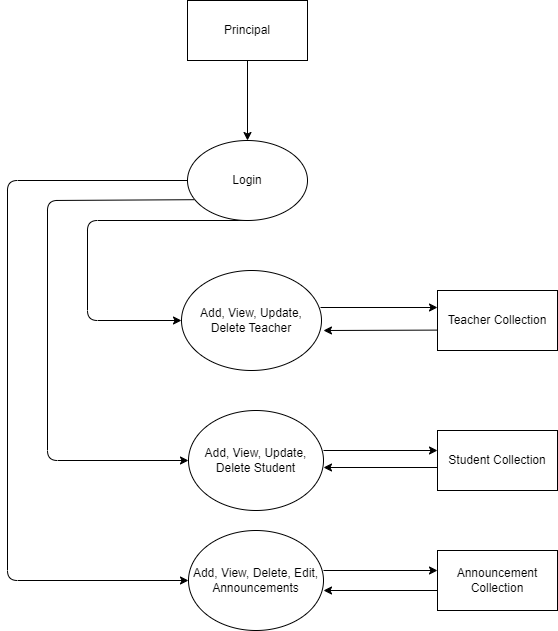
The draw.io diagram DFD/level 1.1.png in rashinkp/Student-Management-System, before a commit. Source tidied: cells renumbered, new cells last; positions are measured from the earlier drawing's top-left corner, leaving out a move shared by most shapes. Source of this version:
```xml
<mxGraphModel>
  <root>
    <mxCell id="0" />
    <mxCell id="1" parent="0" />
    <mxCell id="2" style="edgeStyle=none;html=1;entryX=0.5;entryY=0;entryDx=0;entryDy=0;" parent="1" edge="1" source="3" target="7">
      <mxGeometry relative="1" as="geometry" />
    </mxCell>
    <mxCell id="3" value="Principal" style="rounded=0;whiteSpace=wrap;html=1;" parent="1" vertex="1">
      <mxGeometry x="180" width="120" height="60" as="geometry" />
    </mxCell>
    <mxCell id="4" style="edgeStyle=none;html=1;entryX=0;entryY=0.5;entryDx=0;entryDy=0;exitX=0.5;exitY=1;exitDx=0;exitDy=0;" parent="1" edge="1" source="7" target="9">
      <mxGeometry relative="1" as="geometry">
        <Array as="points">
          <mxPoint x="80" y="220" />
          <mxPoint x="80" y="320" />
        </Array>
      </mxGeometry>
    </mxCell>
    <mxCell id="5" style="edgeStyle=none;html=1;entryX=0;entryY=0.5;entryDx=0;entryDy=0;exitX=0.055;exitY=0.74;exitDx=0;exitDy=0;exitPerimeter=0;" parent="1" edge="1" source="7" target="13">
      <mxGeometry relative="1" as="geometry">
        <Array as="points">
          <mxPoint x="40" y="200" />
          <mxPoint x="40" y="460" />
        </Array>
      </mxGeometry>
    </mxCell>
    <mxCell id="6" style="edgeStyle=none;html=1;entryX=0;entryY=0.5;entryDx=0;entryDy=0;" parent="1" edge="1" source="7" target="17">
      <mxGeometry relative="1" as="geometry">
        <Array as="points">
          <mxPoint y="180" />
          <mxPoint y="580" />
        </Array>
      </mxGeometry>
    </mxCell>
    <mxCell id="7" value="Login" style="ellipse;whiteSpace=wrap;html=1;" parent="1" vertex="1">
      <mxGeometry x="180" y="140" width="120" height="80" as="geometry" />
    </mxCell>
    <mxCell id="8" style="edgeStyle=none;html=1;exitX=0.993;exitY=0.37;exitDx=0;exitDy=0;exitPerimeter=0;" parent="1" edge="1" source="9">
      <mxGeometry relative="1" as="geometry">
        <mxPoint x="430" y="307" as="targetPoint" />
      </mxGeometry>
    </mxCell>
    <mxCell id="9" value="Add, View, Update, Delete Teacher" style="ellipse;whiteSpace=wrap;html=1;" parent="1" vertex="1">
      <mxGeometry x="174" y="270" width="140" height="100" as="geometry" />
    </mxCell>
    <mxCell id="10" style="edgeStyle=none;html=1;entryX=1.014;entryY=0.6;entryDx=0;entryDy=0;exitX=-0.002;exitY=0.66;exitDx=0;exitDy=0;exitPerimeter=0;entryPerimeter=0;" parent="1" edge="1" source="11" target="9">
      <mxGeometry relative="1" as="geometry" />
    </mxCell>
    <mxCell id="11" value="Teacher Collection" style="rounded=0;whiteSpace=wrap;html=1;" parent="1" vertex="1">
      <mxGeometry x="430" y="290" width="120" height="60" as="geometry" />
    </mxCell>
    <mxCell id="12" style="edgeStyle=none;html=1;entryX=0;entryY=0.5;entryDx=0;entryDy=0;" parent="1" edge="1">
      <mxGeometry relative="1" as="geometry">
        <mxPoint x="316" y="450" as="sourcePoint" />
        <mxPoint x="430" y="450" as="targetPoint" />
      </mxGeometry>
    </mxCell>
    <mxCell id="13" value="Add, View, Update, Delete Student" style="ellipse;whiteSpace=wrap;html=1;" parent="1" vertex="1">
      <mxGeometry x="181" y="410" width="135" height="100" as="geometry" />
    </mxCell>
    <mxCell id="14" style="edgeStyle=none;html=1;" parent="1" edge="1">
      <mxGeometry relative="1" as="geometry">
        <mxPoint x="430" y="467" as="sourcePoint" />
        <mxPoint x="316" y="467" as="targetPoint" />
      </mxGeometry>
    </mxCell>
    <mxCell id="15" value="Student Collection" style="rounded=0;whiteSpace=wrap;html=1;" parent="1" vertex="1">
      <mxGeometry x="430" y="430" width="120" height="60" as="geometry" />
    </mxCell>
    <mxCell id="16" style="edgeStyle=none;html=1;entryX=0;entryY=0.5;entryDx=0;entryDy=0;" parent="1" edge="1">
      <mxGeometry relative="1" as="geometry">
        <mxPoint x="316" y="570" as="sourcePoint" />
        <mxPoint x="430" y="570" as="targetPoint" />
      </mxGeometry>
    </mxCell>
    <mxCell id="17" value="Add, View, Delete, Edit, Announcements" style="ellipse;whiteSpace=wrap;html=1;" parent="1" vertex="1">
      <mxGeometry x="181" y="530" width="135" height="100" as="geometry" />
    </mxCell>
    <mxCell id="18" style="edgeStyle=none;html=1;" parent="1" edge="1">
      <mxGeometry relative="1" as="geometry">
        <mxPoint x="430" y="590" as="sourcePoint" />
        <mxPoint x="316" y="590" as="targetPoint" />
      </mxGeometry>
    </mxCell>
    <mxCell id="19" value="Announcement Collection" style="rounded=0;whiteSpace=wrap;html=1;" parent="1" vertex="1">
      <mxGeometry x="430" y="550" width="120" height="60" as="geometry" />
    </mxCell>
  </root>
</mxGraphModel>
```
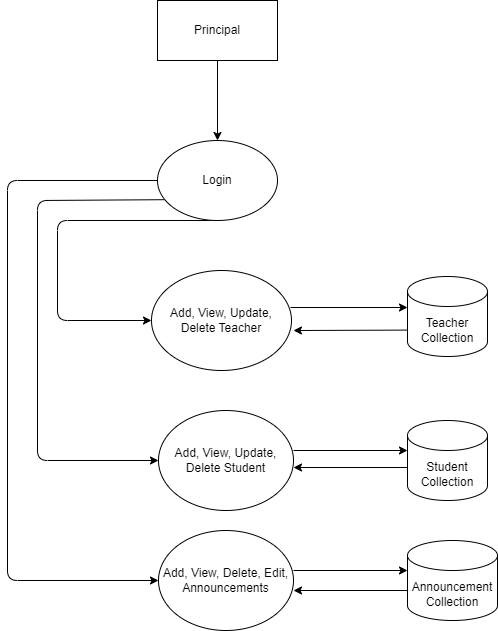
The same diagram one commit later.

Change to the diagram source:
```diff
@@ -19,16 +19,16 @@
     <mxCell id="5" style="edgeStyle=none;html=1;entryX=0;entryY=0.5;entryDx=0;entryDy=0;exitX=0.055;exitY=0.74;exitDx=0;exitDy=0;exitPerimeter=0;" parent="1" edge="1" source="7" target="13">
       <mxGeometry relative="1" as="geometry">
         <Array as="points">
-          <mxPoint x="40" y="200" />
-          <mxPoint x="40" y="460" />
+          <mxPoint x="60" y="200" />
+          <mxPoint x="60" y="460" />
         </Array>
       </mxGeometry>
     </mxCell>
     <mxCell id="6" style="edgeStyle=none;html=1;entryX=0;entryY=0.5;entryDx=0;entryDy=0;" parent="1" edge="1" source="7" target="17">
       <mxGeometry relative="1" as="geometry">
         <Array as="points">
-          <mxPoint y="180" />
-          <mxPoint y="580" />
+          <mxPoint x="30" y="180" />
+          <mxPoint x="30" y="580" />
         </Array>
       </mxGeometry>
     </mxCell>
@@ -43,12 +43,11 @@
     <mxCell id="9" value="Add, View, Update, Delete Teacher" style="ellipse;whiteSpace=wrap;html=1;" parent="1" vertex="1">
       <mxGeometry x="174" y="270" width="140" height="100" as="geometry" />
     </mxCell>
-    <mxCell id="10" style="edgeStyle=none;html=1;entryX=1.014;entryY=0.6;entryDx=0;entryDy=0;exitX=-0.002;exitY=0.66;exitDx=0;exitDy=0;exitPerimeter=0;entryPerimeter=0;" parent="1" edge="1" source="11" target="9">
-      <mxGeometry relative="1" as="geometry" />
+    <mxCell id="10" style="edgeStyle=none;html=1;entryX=1.014;entryY=0.6;entryDx=0;entryDy=0;exitX=-0.002;exitY=0.66;exitDx=0;exitDy=0;exitPerimeter=0;entryPerimeter=0;" parent="1" edge="1" target="9">
+      <mxGeometry relative="1" as="geometry">
+        <mxPoint x="429.8" y="329.6" as="sourcePoint" />
+      </mxGeometry>
     </mxCell>
-    <mxCell id="11" value="Teacher Collection" style="rounded=0;whiteSpace=wrap;html=1;" parent="1" vertex="1">
-      <mxGeometry x="430" y="290" width="120" height="60" as="geometry" />
-    </mxCell>
     <mxCell id="12" style="edgeStyle=none;html=1;entryX=0;entryY=0.5;entryDx=0;entryDy=0;" parent="1" edge="1">
       <mxGeometry relative="1" as="geometry">
         <mxPoint x="316" y="450" as="sourcePoint" />
@@ -64,9 +63,6 @@
         <mxPoint x="316" y="467" as="targetPoint" />
       </mxGeometry>
     </mxCell>
-    <mxCell id="15" value="Student Collection" style="rounded=0;whiteSpace=wrap;html=1;" parent="1" vertex="1">
-      <mxGeometry x="430" y="430" width="120" height="60" as="geometry" />
-    </mxCell>
     <mxCell id="16" style="edgeStyle=none;html=1;entryX=0;entryY=0.5;entryDx=0;entryDy=0;" parent="1" edge="1">
       <mxGeometry relative="1" as="geometry">
         <mxPoint x="316" y="570" as="sourcePoint" />
@@ -82,8 +78,14 @@
         <mxPoint x="316" y="590" as="targetPoint" />
       </mxGeometry>
     </mxCell>
+    <mxCell id="15" value="Student Collection" style="shape=cylinder3;whiteSpace=wrap;html=1;boundedLbl=1;backgroundOutline=1;size=15;" parent="1" vertex="1">
+      <mxGeometry x="430" y="420" width="80" height="80" as="geometry" />
+    </mxCell>
+    <mxCell id="11" value="Teacher Collection" style="shape=cylinder3;whiteSpace=wrap;html=1;boundedLbl=1;backgroundOutline=1;size=15;" parent="1" vertex="1">
+      <mxGeometry x="430" y="276" width="80" height="80" as="geometry" />
+    </mxCell>
-    <mxCell id="19" value="Announcement Collection" style="rounded=0;whiteSpace=wrap;html=1;" parent="1" vertex="1">
-      <mxGeometry x="430" y="550" width="120" height="60" as="geometry" />
+    <mxCell id="19" value="Announcement Collection" style="shape=cylinder3;whiteSpace=wrap;html=1;boundedLbl=1;backgroundOutline=1;size=15;" parent="1" vertex="1">
+      <mxGeometry x="430" y="540" width="90" height="80" as="geometry" />
     </mxCell>
   </root>
 </mxGraphModel>
```
